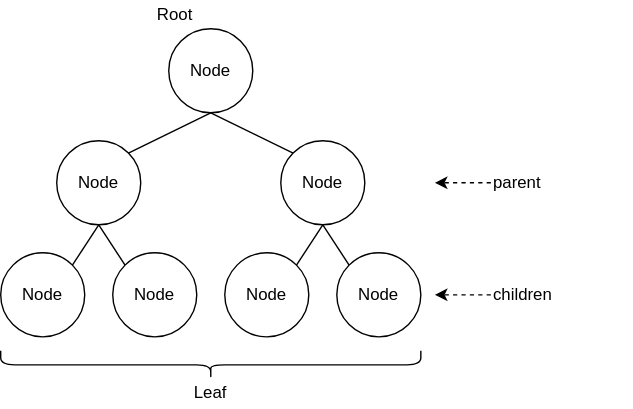
The draw.io diagram alg_tree.svg in statios/diagrams, before a commit. Source tidied: cells renumbered, new cells last; positions are measured from the earlier drawing's top-left corner, leaving out a move shared by most shapes.
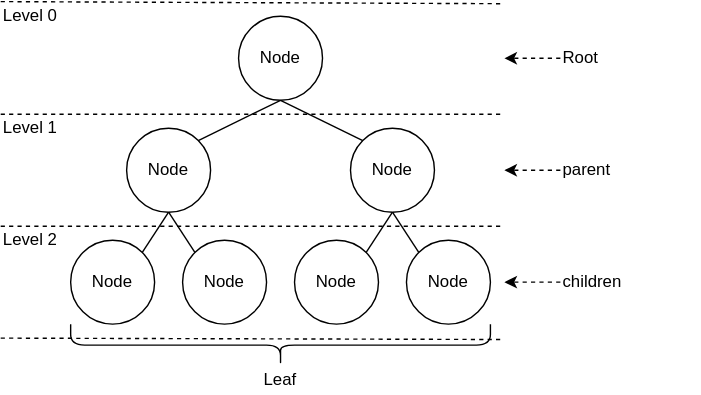
After the change.

Diff of the diagram source:
```diff
@@ -57,14 +57,52 @@
     <mxCell id="18" value="children" style="text;html=1;strokeColor=none;fillColor=none;align=left;verticalAlign=middle;whiteSpace=wrap;rounded=0;" parent="1" vertex="1">
       <mxGeometry x="350" y="200" width="100" height="20" as="geometry" />
     </mxCell>
+    <mxCell id="22" style="edgeStyle=orthogonalEdgeStyle;rounded=0;jettySize=auto;html=1;dashed=1;strokeWidth=1;" parent="1" edge="1" source="19">
+      <mxGeometry relative="1" as="geometry">
+        <mxPoint x="310" y="50" as="targetPoint" />
+      </mxGeometry>
+    </mxCell>
     <mxCell id="19" value="Root" style="text;html=1;strokeColor=none;fillColor=none;align=left;verticalAlign=middle;whiteSpace=wrap;rounded=0;" parent="1" vertex="1">
-      <mxGeometry x="110" width="40" height="20" as="geometry" />
+      <mxGeometry x="350" y="40" width="40" height="20" as="geometry" />
     </mxCell>
+    <mxCell id="21" value="Leaf" style="text;html=1;strokeColor=none;fillColor=none;align=center;verticalAlign=middle;whiteSpace=wrap;rounded=0;" parent="1" vertex="1">
+      <mxGeometry x="130" y="270" width="40" height="20" as="geometry" />
+    </mxCell>
+    <mxCell id="23" style="endArrow=none;dashed=1;html=1;strokeWidth=1;" parent="1" edge="1">
+      <mxGeometry relative="1" as="geometry">
+        <mxPoint x="-50" y="90" as="sourcePoint" />
+        <mxPoint x="310" y="90" as="targetPoint" />
+      </mxGeometry>
+    </mxCell>
+    <mxCell id="24" style="endArrow=none;dashed=1;html=1;strokeWidth=1;" parent="1" edge="1">
+      <mxGeometry relative="1" as="geometry">
+        <mxPoint x="-50" y="170" as="sourcePoint" />
+        <mxPoint x="310" y="170" as="targetPoint" />
+      </mxGeometry>
+    </mxCell>
     <mxCell id="20" style="shape=curlyBracket;whiteSpace=wrap;html=1;rounded=1;direction=north;" parent="1" vertex="1">
-      <mxGeometry y="250" width="300" height="20" as="geometry" />
+      <mxGeometry y="240" width="300" height="30" as="geometry" />
     </mxCell>
-    <mxCell id="21" value="Leaf" style="text;html=1;strokeColor=none;fillColor=none;align=center;verticalAlign=middle;whiteSpace=wrap;rounded=0;" parent="1" vertex="1">
-      <mxGeometry x="130" y="270" width="40" height="20" as="geometry" />
-    </mxCell>
+    <mxCell id="25" style="endArrow=none;dashed=1;html=1;strokeWidth=1;" parent="1" edge="1">
+      <mxGeometry relative="1" as="geometry">
+        <mxPoint x="-50" y="250" as="sourcePoint" />
+        <mxPoint x="310" y="251" as="targetPoint" />
+      </mxGeometry>
+    </mxCell>
+    <mxCell id="26" style="endArrow=none;dashed=1;html=1;strokeWidth=1;" parent="1" edge="1">
+      <mxGeometry relative="1" as="geometry">
+        <mxPoint x="-50" y="9.5" as="sourcePoint" />
+        <mxPoint x="310" y="11" as="targetPoint" />
+      </mxGeometry>
+    </mxCell>
+    <mxCell id="27" value="Level 0" style="text;html=1;strokeColor=none;fillColor=none;align=left;verticalAlign=middle;whiteSpace=wrap;rounded=0;" parent="1" vertex="1">
+      <mxGeometry x="-50" y="10" width="80" height="20" as="geometry" />
+    </mxCell>
+    <mxCell id="28" value="Level 1" style="text;html=1;strokeColor=none;fillColor=none;align=left;verticalAlign=middle;whiteSpace=wrap;rounded=0;" parent="1" vertex="1">
+      <mxGeometry x="-50" y="90" width="80" height="20" as="geometry" />
+    </mxCell>
+    <mxCell id="29" value="Level 2" style="text;html=1;strokeColor=none;fillColor=none;align=left;verticalAlign=middle;whiteSpace=wrap;rounded=0;" parent="1" vertex="1">
+      <mxGeometry x="-50" y="170" width="80" height="20" as="geometry" />
+    </mxCell>
   </root>
 </mxGraphModel>
```
